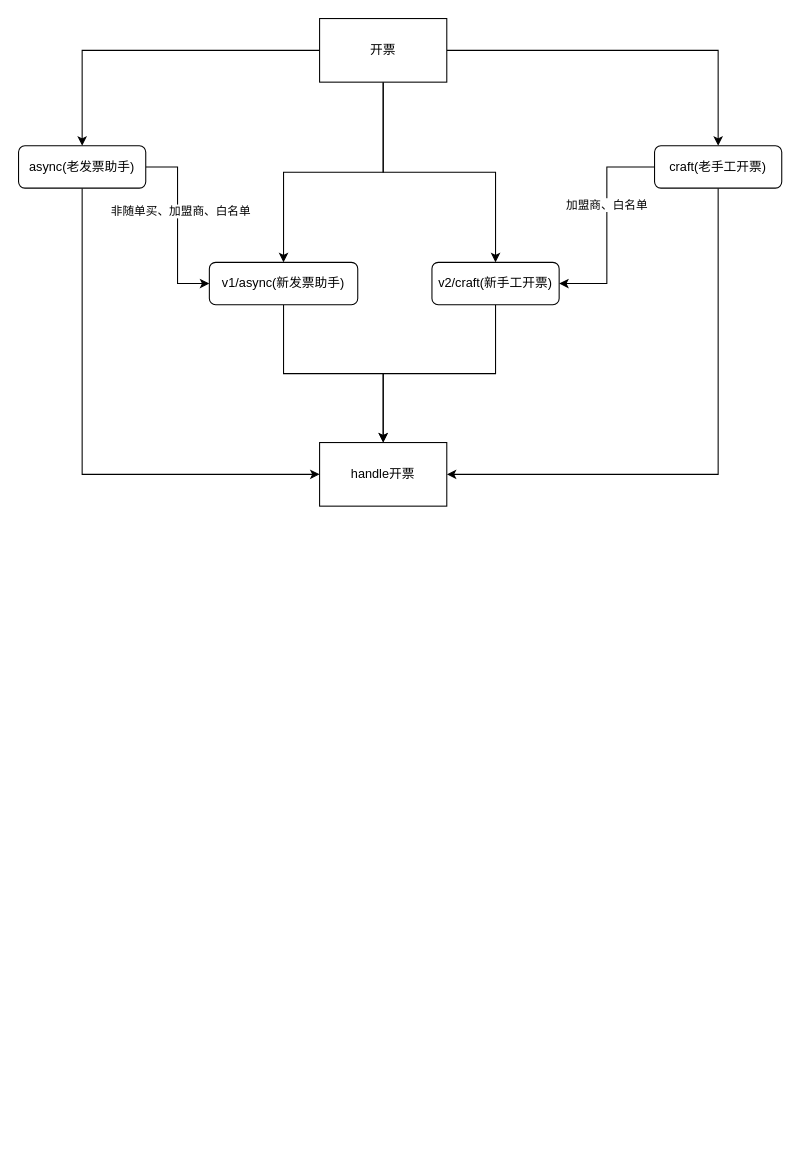
ATaurenRideRocket/Demo keeps this draw.io diagram as diagrams/demo221017.drawio. Above is the earlier version. Source tidied: cells renumbered, new cells numbered last; positions are measured from the earlier drawing's top-left corner, leaving out a move shared by most shapes. Both pictures are drawn from the tidied source at 106%, with x=0, y=0 at pixel (18, 18).
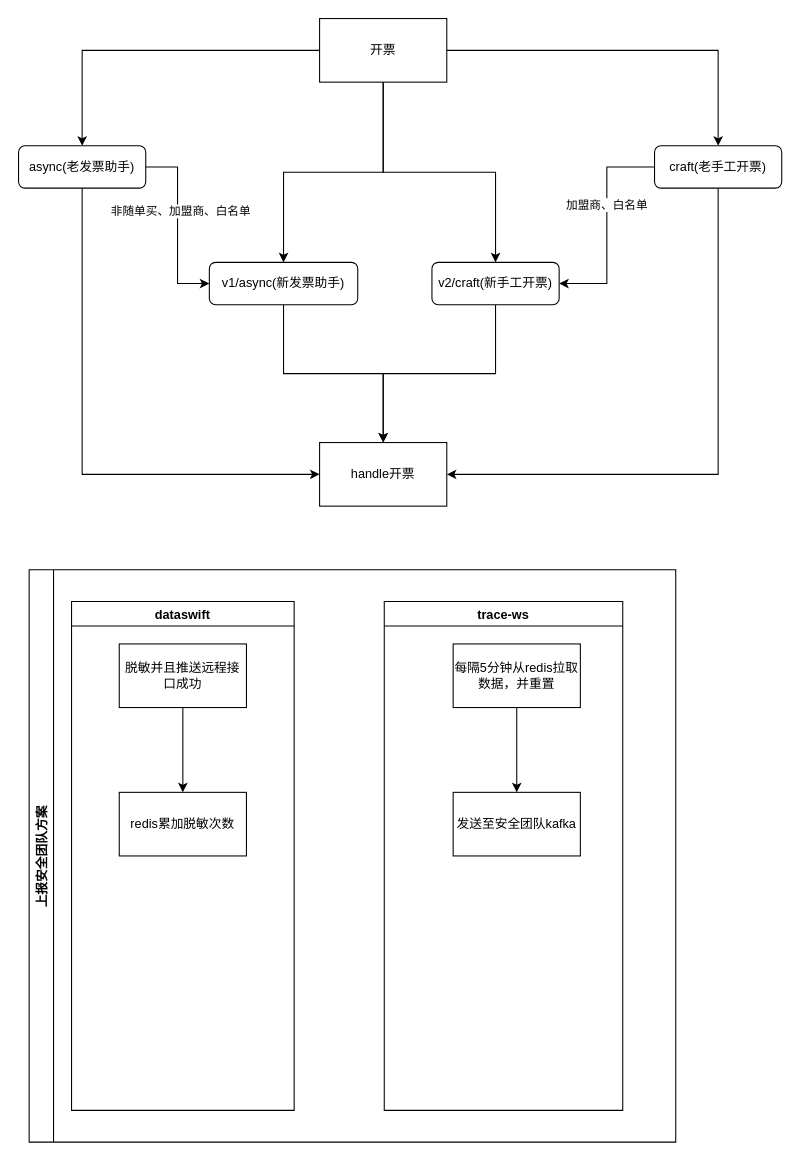
The same diagram, later.

The edit, as a diff of the source:
```diff
@@
+    <mxCell id="20" value="上报安全团队方案" style="swimlane;horizontal=0;" parent="1" vertex="1">
+      <mxGeometry x="10" y="520" width="610" height="540" as="geometry" />
+    </mxCell>
+    <mxCell id="21" value="dataswift" style="swimlane;" parent="20" vertex="1">
+      <mxGeometry x="40" y="30" width="210" height="480" as="geometry" />
+    </mxCell>
+    <mxCell id="22" value="脱敏并且推送远程接口成功" style="rounded=0;whiteSpace=wrap;html=1;" parent="21" vertex="1">
+      <mxGeometry x="45" y="40" width="120" height="60" as="geometry" />
+    </mxCell>
+    <mxCell id="23" value="redis累加脱敏次数" style="rounded=0;whiteSpace=wrap;html=1;" parent="21" vertex="1">
+      <mxGeometry x="45" y="180" width="120" height="60" as="geometry" />
+    </mxCell>
+    <mxCell id="24" style="edgeStyle=orthogonalEdgeStyle;rounded=0;jettySize=auto;html=1;" parent="21" edge="1" source="22" target="23">
+      <mxGeometry relative="1" as="geometry" />
+    </mxCell>
+    <mxCell id="25" value="trace-ws" style="swimlane;" parent="20" vertex="1">
+      <mxGeometry x="335" y="30" width="225" height="480" as="geometry" />
+    </mxCell>
+    <mxCell id="26" value="每隔5分钟从redis拉取数据，并重置" style="rounded=0;whiteSpace=wrap;html=1;" parent="25" vertex="1">
+      <mxGeometry x="65" y="40" width="120" height="60" as="geometry" />
+    </mxCell>
+    <mxCell id="27" value="发送至安全团队kafka" style="whiteSpace=wrap;html=1;rounded=0;" parent="1" vertex="1">
+      <mxGeometry x="410" y="730" width="120" height="60" as="geometry" />
+    </mxCell>
+    <mxCell id="28" style="edgeStyle=orthogonalEdgeStyle;rounded=0;jettySize=auto;html=1;" parent="1" edge="1" source="26" target="27">
+      <mxGeometry relative="1" as="geometry" />
+    </mxCell>
```
